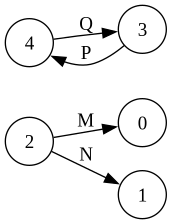
Above: labs/DiscreteMath/lab3/pics/graph.png in smileyfaceskobochka/CompSci (Graphviz), before the change. Its source is kept beside it as labs/DiscreteMath/lab3/graph.dot.
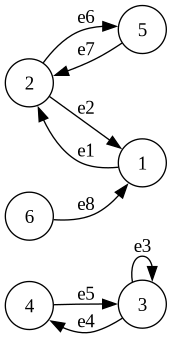
Later version of the same file.

What changed in the source:
```diff
@@ -1,13 +1,18 @@
 digraph G {
   rankdir=LR;
   node [shape=circle];
-  0;
+  1;
+  5;
   2;
+  6;
+  3;
   4;
-  3;
-  1;
-  2 -> 0 [label="M"];
-  2 -> 1 [label="N"];
-  4 -> 3 [label="Q"];
-  3 -> 4 [label="P"];
+  3 -> 4 [label="e4"];
+  4 -> 3 [label="e5"];
+  6 -> 1 [label="e7"];
+  5 -> 2 [label="e8"];
+  2 -> 5 [label="e6"];
+  1 -> 2 [label="e1"];
+  2 -> 1 [label="e2"];
+  3 -> 3 [label="e3"];
 }
```
